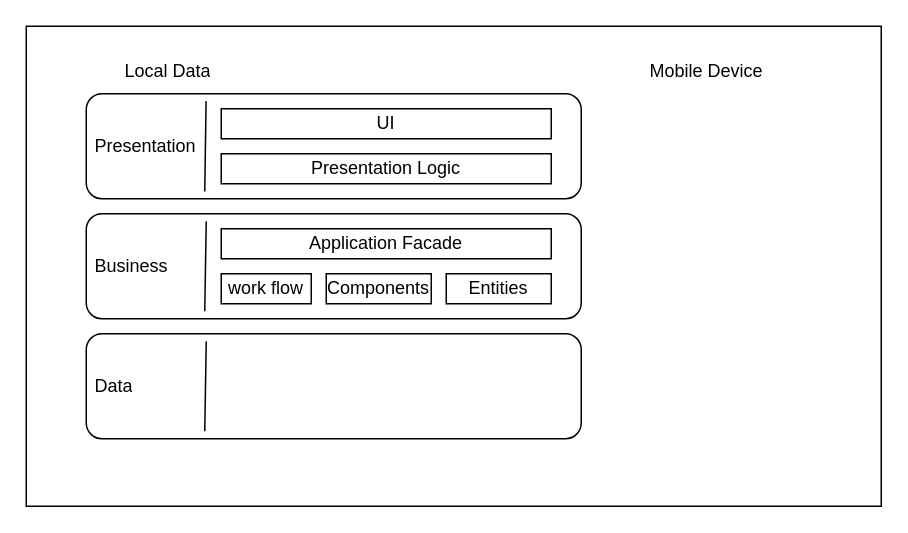
This is component diagram.drawio from memahdii/smartNotes, a draw.io file, before an edit. Source tidied: cells renumbered, new cells numbered last; positions are measured from the earlier drawing's top-left corner, leaving out a move shared by most shapes. Both pictures are drawn from the tidied source at 150%, with x=0, y=0 at pixel (26, 26).
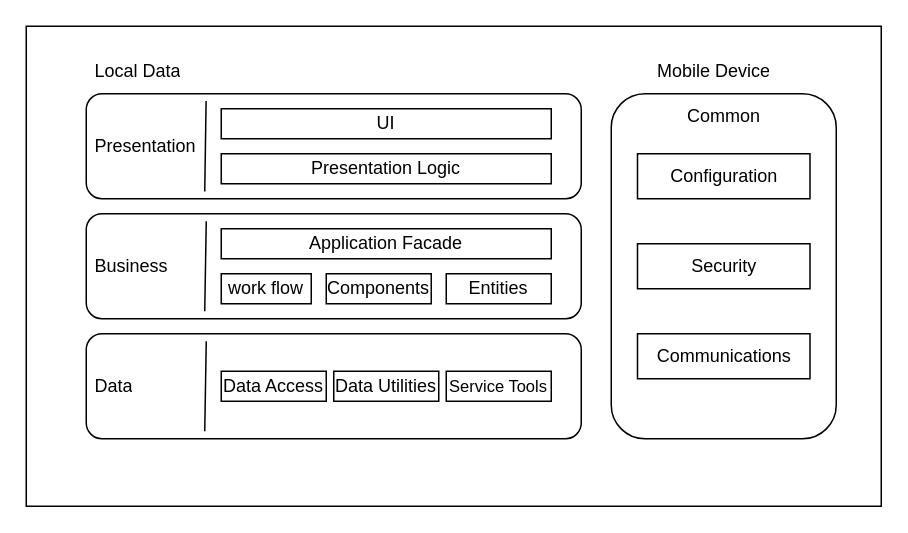
The same page after the edit.

Diff of the diagram source:
```diff
@@
     <mxCell id="4" value="Local Data" style="text;strokeColor=none;fillColor=none;align=left;verticalAlign=middle;spacingLeft=4;spacingRight=4;overflow=hidden;whiteSpace=wrap;html=1;" parent="1" vertex="1">
-      <mxGeometry x="60" y="15" width="80" height="30" as="geometry" />
+      <mxGeometry x="40" y="15" width="80" height="30" as="geometry" />
     </mxCell>
     <mxCell id="5" value="Mobile Device" style="text;strokeColor=none;fillColor=none;align=left;verticalAlign=middle;spacingLeft=4;spacingRight=4;overflow=hidden;whiteSpace=wrap;html=1;" parent="1" vertex="1">
-      <mxGeometry x="410" y="15" width="100" height="30" as="geometry" />
+      <mxGeometry x="415" y="15" width="100" height="30" as="geometry" />
     </mxCell>
@@
+    <mxCell id="20" value="Data Access" style="rounded=0;whiteSpace=wrap;html=1;" parent="1" vertex="1">
+      <mxGeometry x="130" y="230" width="70" height="20" as="geometry" />
+    </mxCell>
+    <mxCell id="21" value="Data Utilities" style="rounded=0;whiteSpace=wrap;html=1;" parent="1" vertex="1">
+      <mxGeometry x="205" y="230" width="70" height="20" as="geometry" />
+    </mxCell>
+    <mxCell id="22" value="&lt;font style=&quot;font-size: 11px;&quot;&gt;Service Tools&lt;/font&gt;" style="rounded=0;whiteSpace=wrap;html=1;" parent="1" vertex="1">
+      <mxGeometry x="280" y="230" width="70" height="20" as="geometry" />
+    </mxCell>
+    <mxCell id="23" style="rounded=0;whiteSpace=wrap;html=1;" parent="1" vertex="1">
+      <mxGeometry x="410" y="85" width="100" height="40" as="geometry" />
+    </mxCell>
+    <mxCell id="24" style="rounded=1;whiteSpace=wrap;html=1;" parent="1" vertex="1">
+      <mxGeometry x="390" y="45" width="150" height="230" as="geometry" />
+    </mxCell>
+    <mxCell id="25" value="Configuration" style="rounded=0;whiteSpace=wrap;html=1;" parent="1" vertex="1">
+      <mxGeometry x="407.5" y="85" width="115" height="30" as="geometry" />
+    </mxCell>
+    <mxCell id="26" value="Security" style="rounded=0;whiteSpace=wrap;html=1;" parent="1" vertex="1">
+      <mxGeometry x="407.5" y="145" width="115" height="30" as="geometry" />
+    </mxCell>
+    <mxCell id="27" value="Communications" style="rounded=0;whiteSpace=wrap;html=1;" parent="1" vertex="1">
+      <mxGeometry x="407.5" y="205" width="115" height="30" as="geometry" />
+    </mxCell>
+    <mxCell id="28" value="Common" style="text;strokeColor=none;fillColor=none;align=left;verticalAlign=middle;spacingLeft=4;spacingRight=4;overflow=hidden;whiteSpace=wrap;html=1;" parent="1" vertex="1">
+      <mxGeometry x="435" y="45" width="80" height="30" as="geometry" />
+    </mxCell>
```
